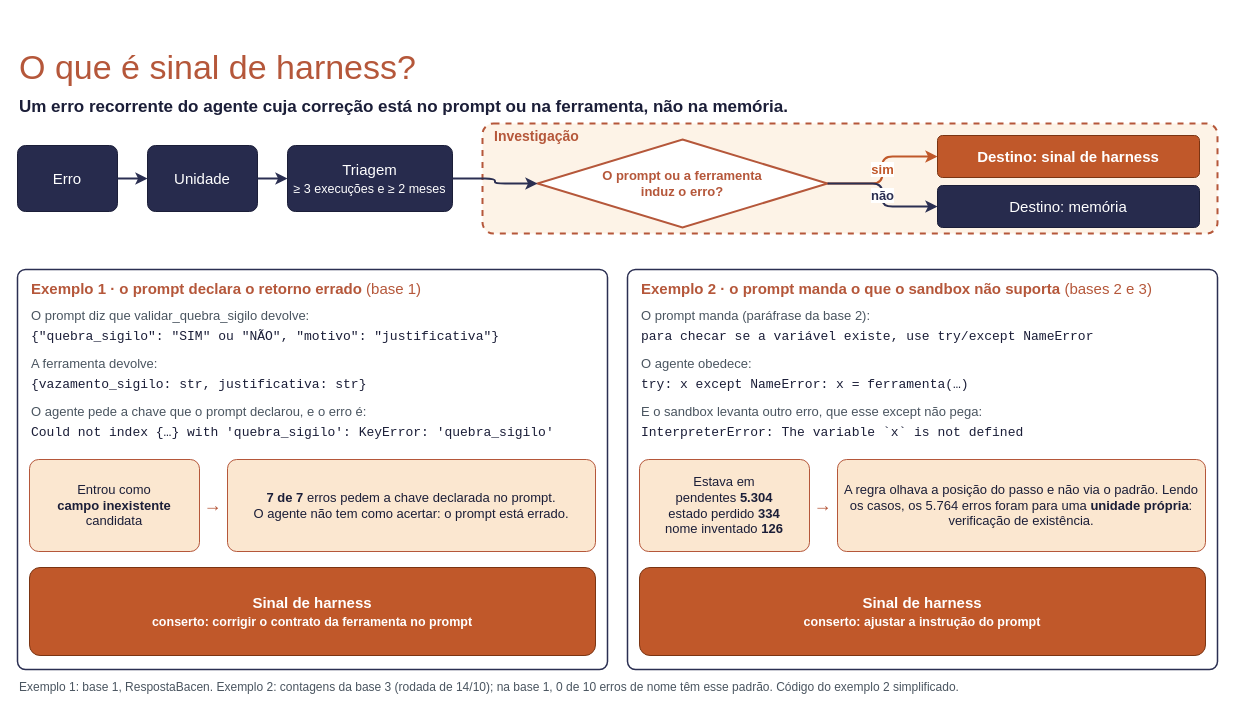
The draw.io diagram docs/sources/sinal_harness.drawio in rc-ventura/memory_layer_ai_agents, before the edit. Source tidied: cells renumbered, new cells numbered last; positions are measured from the earlier drawing's top-left corner, leaving out a move shared by most shapes. Both pictures are drawn from the tidied source at 100%, with x=0, y=0 at pixel (17, 41).
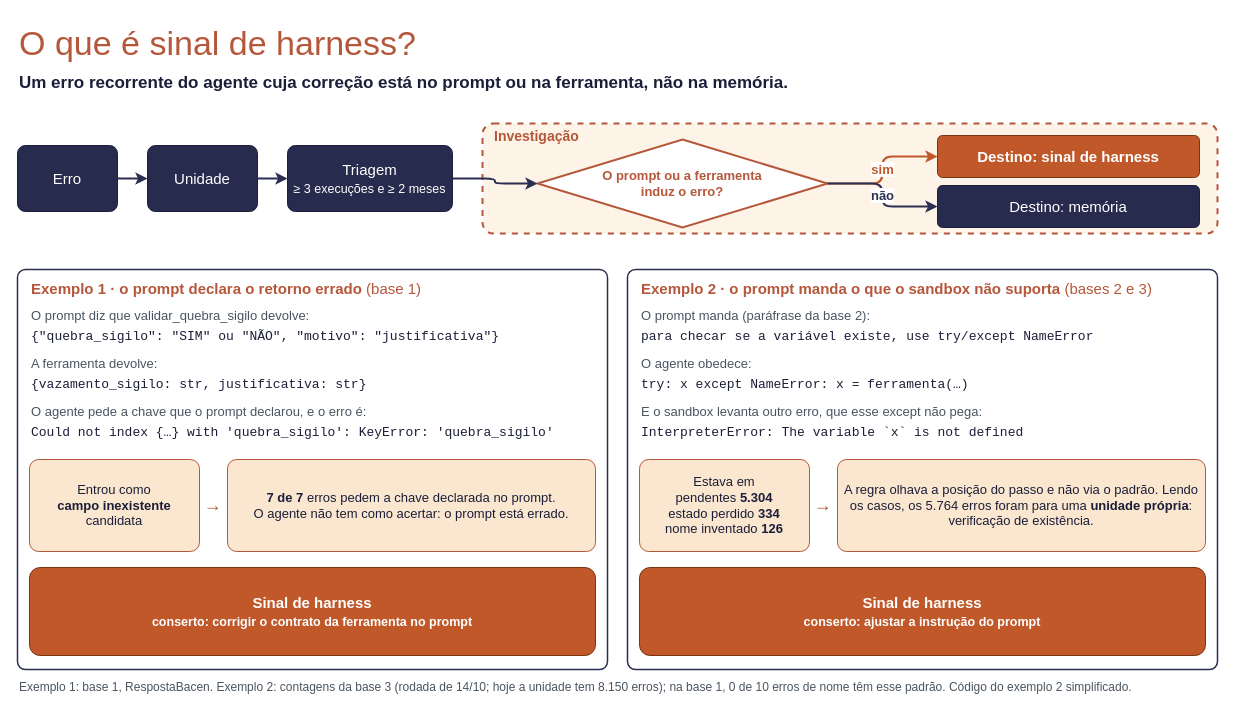
The same page after the edit.

Change to the diagram source:
```diff
@@
     <mxCell id="2" value="O que é sinal de harness?" style="text;html=1;verticalAlign=middle;whiteSpace=wrap;align=left;fontSize=34;fontColor=#B5573A;" parent="1" vertex="1">
-      <mxGeometry width="1200" height="52" as="geometry" />
+      <mxGeometry y="-24" width="1200" height="52" as="geometry" />
     </mxCell>
     <mxCell id="3" value="&lt;b&gt;Um erro recorrente do agente cuja correção está no prompt ou na ferramenta, não na memória.&lt;/b&gt;" style="text;html=1;verticalAlign=middle;whiteSpace=wrap;align=left;fontSize=17;fontColor=#1B1E38;" parent="1" vertex="1">
-      <mxGeometry y="52" width="1200" height="28" as="geometry" />
+      <mxGeometry y="28" width="1200" height="28" as="geometry" />
     </mxCell>
@@
-    <mxCell id="41" value="Exemplo 1: base 1, RespostaBacen. Exemplo 2: contagens da base 3 (rodada de 14/10); na base 1, 0 de 10 erros de nome têm esse padrão. Código do exemplo 2 simplificado." style="text;html=1;verticalAlign=middle;whiteSpace=wrap;align=left;fontSize=12;fontColor=#4A5560;" parent="1" vertex="1">
+    <mxCell id="41" value="Exemplo 1: base 1, RespostaBacen. Exemplo 2: contagens da base 3 (rodada de 14/10; hoje a unidade tem 8.150 erros); na base 1, 0 de 10 erros de nome têm esse padrão. Código do exemplo 2 simplificado." style="text;html=1;verticalAlign=middle;whiteSpace=wrap;align=left;fontSize=12;fontColor=#4A5560;" parent="1" vertex="1">
       <mxGeometry y="634" width="1200" height="24" as="geometry" />
     </mxCell>
```
